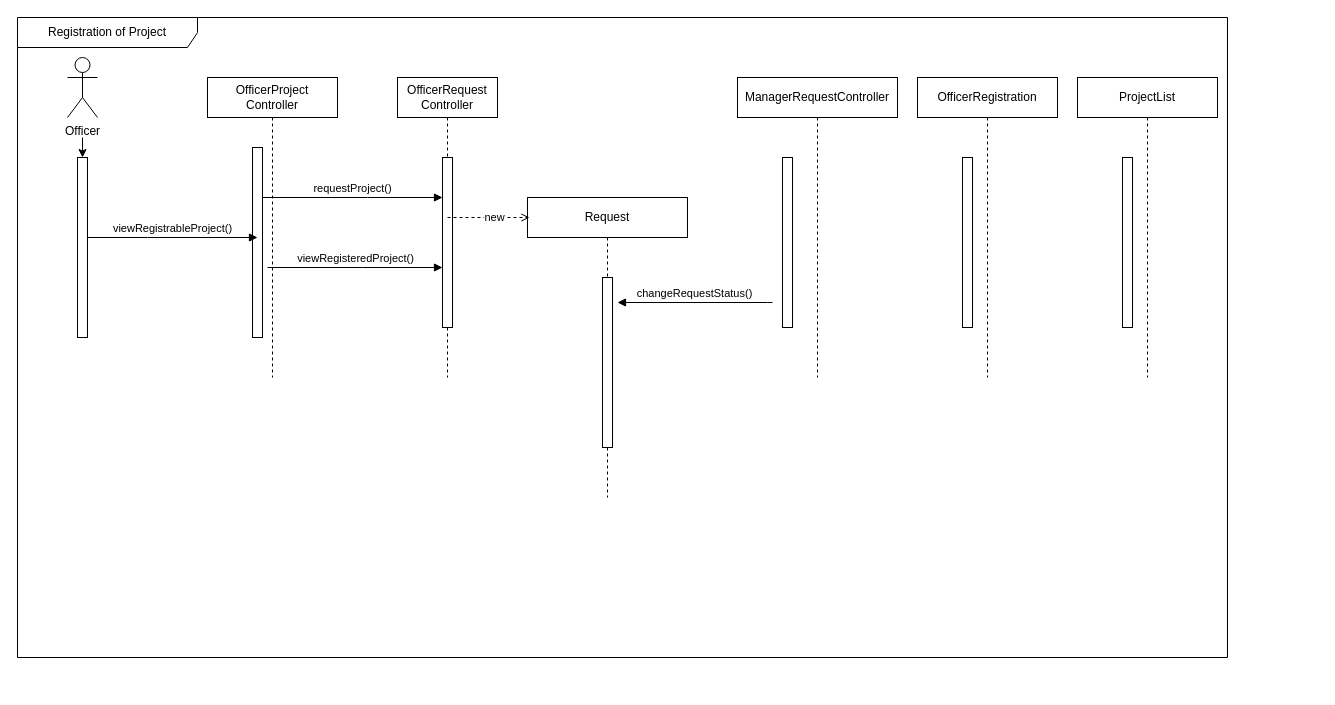
Earlier version of the draw.io diagram uml/SequenceDiagram.drawio (Saltykub/BTO-OOP). Source tidied: cells renumbered, new cells numbered last; positions are measured from the earlier drawing's top-left corner, leaving out a move shared by most shapes. Both pictures are drawn from the tidied source at 100%, with x=0, y=0 at pixel (17, 17).
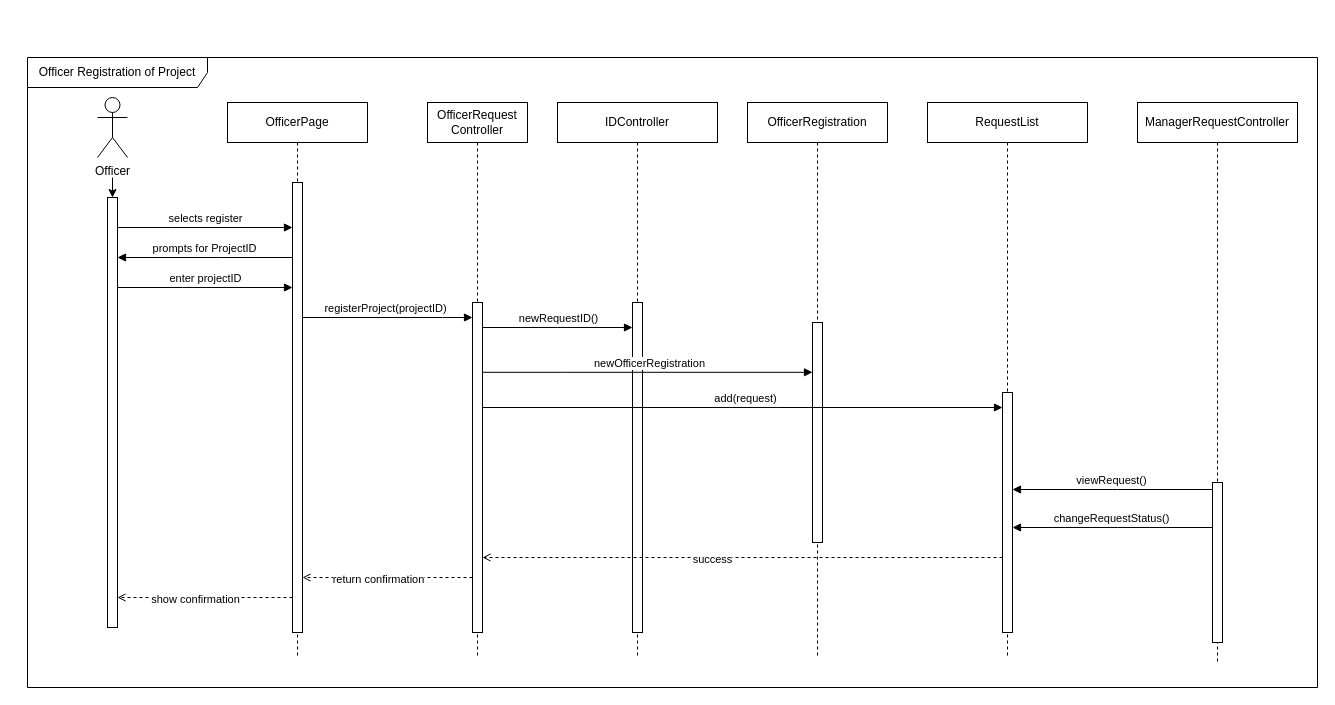
After the change.

Diff of the diagram source:
```diff
@@
-    <mxCell id="2" value="OfficerProject&lt;div&gt;Controller&lt;/div&gt;" style="shape=umlLifeline;perimeter=lifelinePerimeter;whiteSpace=wrap;html=1;newEdgeStyle={&quot;edgeStyle&quot;:&quot;elbowEdgeStyle&quot;,&quot;elbow&quot;:&quot;vertical&quot;,&quot;curved&quot;:0,&quot;rounded&quot;:0};" parent="1" vertex="1">
-      <mxGeometry x="190" y="60" width="130" height="300" as="geometry" />
-    </mxCell>
-    <mxCell id="3" style="html=1;points=[];perimeter=orthogonalPerimeter;outlineConnect=0;targetShapes=umlLifeline;portConstraint=eastwest;newEdgeStyle={&quot;edgeStyle&quot;:&quot;elbowEdgeStyle&quot;,&quot;elbow&quot;:&quot;vertical&quot;,&quot;curved&quot;:0,&quot;rounded&quot;:0};" parent="2" vertex="1">
-      <mxGeometry x="45" y="70" width="10" height="190" as="geometry" />
-    </mxCell>
     <mxCell id="4" value="OfficerRequest&lt;div&gt;Controller&lt;/div&gt;" style="shape=umlLifeline;perimeter=lifelinePerimeter;whiteSpace=wrap;html=1;newEdgeStyle={&quot;edgeStyle&quot;:&quot;elbowEdgeStyle&quot;,&quot;elbow&quot;:&quot;vertical&quot;,&quot;curved&quot;:0,&quot;rounded&quot;:0};" parent="1" vertex="1">
-      <mxGeometry x="380" y="60" width="100" height="300" as="geometry" />
+      <mxGeometry x="410" y="85" width="100" height="555" as="geometry" />
     </mxCell>
-    <mxCell id="5" style="html=1;points=[];perimeter=orthogonalPerimeter;outlineConnect=0;targetShapes=umlLifeline;portConstraint=eastwest;newEdgeStyle={&quot;edgeStyle&quot;:&quot;elbowEdgeStyle&quot;,&quot;elbow&quot;:&quot;vertical&quot;,&quot;curved&quot;:0,&quot;rounded&quot;:0};" parent="4" vertex="1">
-      <mxGeometry x="45" y="80" width="10" height="170" as="geometry" />
-    </mxCell>
-    <mxCell id="6" value="requestProject()" style="html=1;verticalAlign=bottom;endArrow=block;edgeStyle=elbowEdgeStyle;elbow=vertical;curved=0;rounded=0;" parent="1" edge="1" source="3" target="5">
-      <mxGeometry relative="1" as="geometry">
-        <Array as="points">
-          <mxPoint x="350" y="180" />
-        </Array>
-      </mxGeometry>
-    </mxCell>
+    <mxCell id="24" style="html=1;points=[];perimeter=orthogonalPerimeter;outlineConnect=0;targetShapes=umlLifeline;portConstraint=eastwest;newEdgeStyle={&quot;edgeStyle&quot;:&quot;elbowEdgeStyle&quot;,&quot;elbow&quot;:&quot;vertical&quot;,&quot;curved&quot;:0,&quot;rounded&quot;:0};" parent="4" vertex="1">
+      <mxGeometry x="45" y="200" width="10" height="330" as="geometry" />
+    </mxCell>
+    <mxCell id="25" value="Officer Registration of Project" style="shape=umlFrame;whiteSpace=wrap;html=1;width=180;height=30;" parent="1" vertex="1">
+      <mxGeometry x="10" y="40" width="1290" height="630" as="geometry" />
+    </mxCell>
+    <mxCell id="26" style="edgeStyle=orthogonalEdgeStyle;rounded=0;jettySize=auto;html=1;" parent="1" edge="1" target="27">
+      <mxGeometry relative="1" as="geometry">
+        <mxPoint x="95" y="160" as="sourcePoint" />
+        <Array as="points">
+          <mxPoint x="95" y="210" />
+          <mxPoint x="95" y="210" />
+        </Array>
+      </mxGeometry>
+    </mxCell>
+    <mxCell id="11" value="Officer" style="shape=umlActor;verticalLabelPosition=bottom;verticalAlign=top;html=1;" parent="1" vertex="1">
+      <mxGeometry x="80" y="80" width="30" height="60" as="geometry" />
+    </mxCell>
+    <mxCell id="27" style="html=1;points=[[0,0,0,0,5],[0,1,0,0,-5],[1,0,0,0,5],[1,1,0,0,-5]];perimeter=orthogonalPerimeter;outlineConnect=0;targetShapes=umlLifeline;portConstraint=eastwest;newEdgeStyle={&quot;curved&quot;:0,&quot;rounded&quot;:0};" parent="1" vertex="1">
+      <mxGeometry x="90" y="180" width="10" height="430" as="geometry" />
+    </mxCell>
     <mxCell id="7" value="OfficerRegistration" style="shape=umlLifeline;perimeter=lifelinePerimeter;whiteSpace=wrap;html=1;newEdgeStyle={&quot;edgeStyle&quot;:&quot;elbowEdgeStyle&quot;,&quot;elbow&quot;:&quot;vertical&quot;,&quot;curved&quot;:0,&quot;rounded&quot;:0};" parent="1" vertex="1">
-      <mxGeometry x="900" y="60" width="140" height="300" as="geometry" />
+      <mxGeometry x="730" y="85" width="140" height="555" as="geometry" />
     </mxCell>
-    <mxCell id="8" style="html=1;perimeter=orthogonalPerimeter;targetShapes=umlLifeline;newEdgeStyle={&quot;edgeStyle&quot;:&quot;elbowEdgeStyle&quot;,&quot;elbow&quot;:&quot;vertical&quot;,&quot;curved&quot;:0,&quot;rounded&quot;:0};" parent="7" vertex="1">
-      <mxGeometry x="45" y="80" width="10" height="170" as="geometry" />
-    </mxCell>
-    <mxCell id="9" value="Registration of Project" style="shape=umlFrame;whiteSpace=wrap;html=1;width=180;height=30;" parent="1" vertex="1">
-      <mxGeometry width="1210" height="640" as="geometry" />
-    </mxCell>
-    <mxCell id="10" style="edgeStyle=orthogonalEdgeStyle;rounded=0;jettySize=auto;html=1;" parent="1" edge="1" target="12">
-      <mxGeometry relative="1" as="geometry">
-        <mxPoint x="65" y="120" as="sourcePoint" />
-        <Array as="points">
-          <mxPoint x="65" y="170" />
-          <mxPoint x="65" y="170" />
-        </Array>
-      </mxGeometry>
-    </mxCell>
-    <mxCell id="11" value="Officer" style="shape=umlActor;verticalLabelPosition=bottom;verticalAlign=top;html=1;" parent="1" vertex="1">
-      <mxGeometry x="50" y="40" width="30" height="60" as="geometry" />
-    </mxCell>
-    <mxCell id="12" style="html=1;points=[[0,0,0,0,5],[0,1,0,0,-5],[1,0,0,0,5],[1,1,0,0,-5]];perimeter=orthogonalPerimeter;outlineConnect=0;targetShapes=umlLifeline;portConstraint=eastwest;newEdgeStyle={&quot;curved&quot;:0,&quot;rounded&quot;:0};" parent="1" vertex="1">
-      <mxGeometry x="60" y="140" width="10" height="180" as="geometry" />
-    </mxCell>
-    <mxCell id="13" value="viewRegistrableProject()" style="html=1;verticalAlign=bottom;endArrow=block;edgeStyle=elbowEdgeStyle;elbow=vertical;curved=0;rounded=0;" parent="1" edge="1">
-      <mxGeometry relative="1" as="geometry">
-        <mxPoint x="70" y="220" as="sourcePoint" />
-        <mxPoint x="240" y="220" as="targetPoint" />
-        <Array as="points">
-          <mxPoint x="130" y="220" />
-        </Array>
-      </mxGeometry>
-    </mxCell>
-    <mxCell id="14" value="ProjectList" style="shape=umlLifeline;perimeter=lifelinePerimeter;whiteSpace=wrap;html=1;newEdgeStyle={&quot;edgeStyle&quot;:&quot;elbowEdgeStyle&quot;,&quot;elbow&quot;:&quot;vertical&quot;,&quot;curved&quot;:0,&quot;rounded&quot;:0};" parent="1" vertex="1">
-      <mxGeometry x="1060" y="60" width="140" height="300" as="geometry" />
-    </mxCell>
-    <mxCell id="15" style="html=1;perimeter=orthogonalPerimeter;targetShapes=umlLifeline;newEdgeStyle={&quot;edgeStyle&quot;:&quot;elbowEdgeStyle&quot;,&quot;elbow&quot;:&quot;vertical&quot;,&quot;curved&quot;:0,&quot;rounded&quot;:0};" parent="14" vertex="1">
-      <mxGeometry x="45" y="80" width="10" height="170" as="geometry" />
-    </mxCell>
-    <mxCell id="16" value="Request" style="shape=umlLifeline;perimeter=lifelinePerimeter;whiteSpace=wrap;html=1;newEdgeStyle={&quot;edgeStyle&quot;:&quot;elbowEdgeStyle&quot;,&quot;elbow&quot;:&quot;vertical&quot;,&quot;curved&quot;:0,&quot;rounded&quot;:0};" parent="1" vertex="1">
-      <mxGeometry x="510" y="180" width="160" height="300" as="geometry" />
-    </mxCell>
-    <mxCell id="17" style="html=1;perimeter=orthogonalPerimeter;targetShapes=umlLifeline;newEdgeStyle={&quot;edgeStyle&quot;:&quot;elbowEdgeStyle&quot;,&quot;elbow&quot;:&quot;vertical&quot;,&quot;curved&quot;:0,&quot;rounded&quot;:0};" parent="16" vertex="1">
-      <mxGeometry x="75" y="80" width="10" height="170" as="geometry" />
-    </mxCell>
-    <mxCell id="18" value="viewRegisteredProject()" style="html=1;verticalAlign=bottom;endArrow=block;edgeStyle=elbowEdgeStyle;elbow=vertical;curved=0;rounded=0;" parent="1" edge="1" target="5">
-      <mxGeometry relative="1" as="geometry">
-        <mxPoint x="250" y="250" as="sourcePoint" />
-        <Array as="points">
-          <mxPoint x="345" y="250" />
-        </Array>
-      </mxGeometry>
-    </mxCell>
+    <mxCell id="28" style="html=1;points=[];perimeter=orthogonalPerimeter;outlineConnect=0;targetShapes=umlLifeline;portConstraint=eastwest;newEdgeStyle={&quot;edgeStyle&quot;:&quot;elbowEdgeStyle&quot;,&quot;elbow&quot;:&quot;vertical&quot;,&quot;curved&quot;:0,&quot;rounded&quot;:0};" parent="7" vertex="1">
+      <mxGeometry x="65" y="220" width="10" height="220" as="geometry" />
+    </mxCell>
+    <mxCell id="29" value="IDController" style="shape=umlLifeline;perimeter=lifelinePerimeter;whiteSpace=wrap;html=1;newEdgeStyle={&quot;edgeStyle&quot;:&quot;elbowEdgeStyle&quot;,&quot;elbow&quot;:&quot;vertical&quot;,&quot;curved&quot;:0,&quot;rounded&quot;:0};" parent="1" vertex="1">
+      <mxGeometry x="540" y="85" width="160" height="555" as="geometry" />
+    </mxCell>
+    <mxCell id="30" style="html=1;perimeter=orthogonalPerimeter;targetShapes=umlLifeline;newEdgeStyle={&quot;edgeStyle&quot;:&quot;elbowEdgeStyle&quot;,&quot;elbow&quot;:&quot;vertical&quot;,&quot;curved&quot;:0,&quot;rounded&quot;:0};" parent="29" vertex="1">
+      <mxGeometry x="75" y="200" width="10" height="330" as="geometry" />
+    </mxCell>
+    <mxCell id="31" value="registerProject(projectID)" style="html=1;verticalAlign=bottom;endArrow=block;edgeStyle=elbowEdgeStyle;elbow=vertical;curved=0;rounded=0;" parent="1" edge="1">
+      <mxGeometry relative="1" as="geometry">
+        <mxPoint x="280" y="300" as="sourcePoint" />
+        <mxPoint x="455" y="300" as="targetPoint" />
+        <Array as="points">
+          <mxPoint x="425" y="300" />
+        </Array>
+      </mxGeometry>
+    </mxCell>
+    <mxCell id="32" value="RequestList" style="shape=umlLifeline;perimeter=lifelinePerimeter;whiteSpace=wrap;html=1;newEdgeStyle={&quot;edgeStyle&quot;:&quot;elbowEdgeStyle&quot;,&quot;elbow&quot;:&quot;vertical&quot;,&quot;curved&quot;:0,&quot;rounded&quot;:0};" parent="1" vertex="1">
+      <mxGeometry x="910" y="85" width="160" height="555" as="geometry" />
+    </mxCell>
+    <mxCell id="33" style="html=1;points=[];perimeter=orthogonalPerimeter;outlineConnect=0;targetShapes=umlLifeline;portConstraint=eastwest;newEdgeStyle={&quot;edgeStyle&quot;:&quot;elbowEdgeStyle&quot;,&quot;elbow&quot;:&quot;vertical&quot;,&quot;curved&quot;:0,&quot;rounded&quot;:0};" parent="32" vertex="1">
+      <mxGeometry x="75" y="290" width="10" height="240" as="geometry" />
+    </mxCell>
+    <mxCell id="34" value="enter projectID" style="html=1;verticalAlign=bottom;endArrow=block;edgeStyle=elbowEdgeStyle;elbow=vertical;curved=0;rounded=0;" parent="1" edge="1">
+      <mxGeometry relative="1" as="geometry">
+        <mxPoint x="100" y="270" as="sourcePoint" />
+        <mxPoint x="275" y="270" as="targetPoint" />
+        <Array as="points">
+          <mxPoint x="165" y="270" />
+        </Array>
+      </mxGeometry>
+    </mxCell>
+    <mxCell id="35" value="OfficerPage" style="shape=umlLifeline;perimeter=lifelinePerimeter;whiteSpace=wrap;html=1;newEdgeStyle={&quot;edgeStyle&quot;:&quot;elbowEdgeStyle&quot;,&quot;elbow&quot;:&quot;vertical&quot;,&quot;curved&quot;:0,&quot;rounded&quot;:0};" parent="1" vertex="1">
+      <mxGeometry x="210" y="85" width="140" height="555" as="geometry" />
+    </mxCell>
+    <mxCell id="36" style="html=1;perimeter=orthogonalPerimeter;targetShapes=umlLifeline;newEdgeStyle={&quot;edgeStyle&quot;:&quot;elbowEdgeStyle&quot;,&quot;elbow&quot;:&quot;vertical&quot;,&quot;curved&quot;:0,&quot;rounded&quot;:0};" parent="35" vertex="1">
+      <mxGeometry x="65" y="80" width="10" height="450" as="geometry" />
+    </mxCell>
+    <mxCell id="37" value="selects register" style="html=1;verticalAlign=bottom;endArrow=block;edgeStyle=elbowEdgeStyle;elbow=vertical;curved=0;rounded=0;" parent="1" edge="1">
+      <mxGeometry relative="1" as="geometry">
+        <mxPoint x="100" y="210" as="sourcePoint" />
+        <mxPoint x="275" y="210" as="targetPoint" />
+        <Array as="points">
+          <mxPoint x="155" y="210" />
+        </Array>
+      </mxGeometry>
+    </mxCell>
+    <mxCell id="38" value="add(request)" style="html=1;verticalAlign=bottom;endArrow=block;edgeStyle=elbowEdgeStyle;elbow=vertical;curved=0;rounded=0;" parent="1" edge="1">
+      <mxGeometry x="0.01" relative="1" as="geometry">
+        <mxPoint x="465" y="390" as="sourcePoint" />
+        <mxPoint x="985" y="390" as="targetPoint" />
+        <Array as="points">
+          <mxPoint x="760" y="390" />
+          <mxPoint x="940" y="570" />
+        </Array>
+      </mxGeometry>
+    </mxCell>
+    <mxCell id="39" value="prompts for ProjectID" style="html=1;verticalAlign=bottom;endArrow=block;edgeStyle=elbowEdgeStyle;elbow=vertical;curved=0;rounded=0;" parent="1" edge="1">
+      <mxGeometry relative="1" as="geometry">
+        <mxPoint x="275" y="240" as="sourcePoint" />
+        <mxPoint x="100" y="240" as="targetPoint" />
+        <Array as="points">
+          <mxPoint x="200" y="240" />
+        </Array>
+      </mxGeometry>
+    </mxCell>
+    <mxCell id="40" style="html=1;verticalAlign=bottom;labelBackgroundColor=none;endArrow=open;endFill=0;dashed=1;rounded=0;" parent="1" edge="1" target="24">
+      <mxGeometry relative="1" as="geometry">
+        <mxPoint x="985" y="540" as="sourcePoint" />
+      </mxGeometry>
+    </mxCell>
+    <mxCell id="41" value="success" style="edgeLabel;html=1;align=center;verticalAlign=middle;" parent="40" vertex="1">
+      <mxGeometry x="0.12" y="1" relative="1" as="geometry" />
+    </mxCell>
+    <mxCell id="42" style="html=1;verticalAlign=bottom;labelBackgroundColor=none;endArrow=open;endFill=0;dashed=1;rounded=0;" parent="1" edge="1">
+      <mxGeometry relative="1" as="geometry">
+        <mxPoint x="455" y="560" as="sourcePoint" />
+        <mxPoint x="285" y="560" as="targetPoint" />
+      </mxGeometry>
+    </mxCell>
+    <mxCell id="43" value="return confirmation" style="edgeLabel;html=1;align=center;verticalAlign=middle;" parent="42" vertex="1">
+      <mxGeometry x="0.12" y="1" relative="1" as="geometry" />
+    </mxCell>
+    <mxCell id="44" style="html=1;verticalAlign=bottom;labelBackgroundColor=none;endArrow=open;endFill=0;dashed=1;rounded=0;" parent="1" edge="1">
+      <mxGeometry relative="1" as="geometry">
+        <mxPoint x="275" y="580" as="sourcePoint" />
+        <mxPoint x="100" y="580" as="targetPoint" />
+      </mxGeometry>
+    </mxCell>
+    <mxCell id="45" value="show confirmation" style="edgeLabel;html=1;align=center;verticalAlign=middle;" parent="44" vertex="1">
+      <mxGeometry x="0.12" y="1" relative="1" as="geometry" />
+    </mxCell>
+    <mxCell id="20" value="ManagerRequestController" style="shape=umlLifeline;perimeter=lifelinePerimeter;whiteSpace=wrap;html=1;newEdgeStyle={&quot;edgeStyle&quot;:&quot;elbowEdgeStyle&quot;,&quot;elbow&quot;:&quot;vertical&quot;,&quot;curved&quot;:0,&quot;rounded&quot;:0};" parent="1" vertex="1">
+      <mxGeometry x="1120" y="85" width="160" height="560" as="geometry" />
+    </mxCell>
+    <mxCell id="46" style="html=1;points=[];perimeter=orthogonalPerimeter;outlineConnect=0;targetShapes=umlLifeline;portConstraint=eastwest;newEdgeStyle={&quot;edgeStyle&quot;:&quot;elbowEdgeStyle&quot;,&quot;elbow&quot;:&quot;vertical&quot;,&quot;curved&quot;:0,&quot;rounded&quot;:0};" parent="20" vertex="1">
+      <mxGeometry x="75" y="380" width="10" height="160" as="geometry" />
+    </mxCell>
+    <mxCell id="47" value="viewRequest()" style="html=1;verticalAlign=bottom;endArrow=block;edgeStyle=elbowEdgeStyle;elbow=vertical;curved=0;rounded=0;" parent="1" edge="1" source="46" target="33">
+      <mxGeometry x="0.01" relative="1" as="geometry">
+        <Array as="points">
+          <mxPoint x="1100" y="472" />
+        </Array>
+      </mxGeometry>
+    </mxCell>
-    <mxCell id="19" value="changeRequestStatus()" style="html=1;verticalAlign=bottom;endArrow=block;edgeStyle=elbowEdgeStyle;elbow=vertical;curved=0;rounded=0;" parent="1" edge="1">
+    <mxCell id="19" value="changeRequestStatus()" style="html=1;verticalAlign=bottom;endArrow=block;edgeStyle=elbowEdgeStyle;elbow=vertical;curved=0;rounded=0;" parent="1" edge="1" target="33">
       <mxGeometry x="0.01" relative="1" as="geometry">
-        <mxPoint x="755" y="285" as="sourcePoint" />
-        <mxPoint x="600" y="285" as="targetPoint" />
+        <mxPoint x="1195" y="510" as="sourcePoint" />
         <Array as="points">
-          <mxPoint x="750" y="285" />
+          <mxPoint x="1100" y="510" />
         </Array>
       </mxGeometry>
     </mxCell>
-    <mxCell id="20" value="ManagerRequestController" style="shape=umlLifeline;perimeter=lifelinePerimeter;whiteSpace=wrap;html=1;newEdgeStyle={&quot;edgeStyle&quot;:&quot;elbowEdgeStyle&quot;,&quot;elbow&quot;:&quot;vertical&quot;,&quot;curved&quot;:0,&quot;rounded&quot;:0};" parent="1" vertex="1">
-      <mxGeometry x="720" y="60" width="160" height="300" as="geometry" />
-    </mxCell>
-    <mxCell id="21" style="html=1;perimeter=orthogonalPerimeter;targetShapes=umlLifeline;newEdgeStyle={&quot;edgeStyle&quot;:&quot;elbowEdgeStyle&quot;,&quot;elbow&quot;:&quot;vertical&quot;,&quot;curved&quot;:0,&quot;rounded&quot;:0};" parent="20" vertex="1">
-      <mxGeometry x="45" y="80" width="10" height="170" as="geometry" />
-    </mxCell>
-    <mxCell id="22" style="html=1;verticalAlign=bottom;labelBackgroundColor=none;endArrow=open;endFill=0;dashed=1;rounded=0;" parent="1" edge="1">
-      <mxGeometry relative="1" as="geometry">
-        <mxPoint x="430" y="200" as="sourcePoint" />
-        <mxPoint x="512" y="200" as="targetPoint" />
-      </mxGeometry>
-    </mxCell>
-    <mxCell id="23" value="new" style="edgeLabel;html=1;align=center;verticalAlign=middle;" parent="22" vertex="1">
-      <mxGeometry x="0.12" y="1" relative="1" as="geometry" />
-    </mxCell>
+    <mxCell id="48" value="newRequestID()" style="html=1;verticalAlign=bottom;endArrow=block;edgeStyle=elbowEdgeStyle;elbow=vertical;curved=0;rounded=0;" parent="1" edge="1">
+      <mxGeometry x="0.01" relative="1" as="geometry">
+        <mxPoint x="465" y="310" as="sourcePoint" />
+        <mxPoint x="615" y="310" as="targetPoint" />
+        <Array as="points">
+          <mxPoint x="540" y="310" />
+          <mxPoint x="950" y="490" />
+        </Array>
+      </mxGeometry>
+    </mxCell>
+    <mxCell id="49" value="newOfficerRegistration" style="html=1;verticalAlign=bottom;endArrow=block;edgeStyle=elbowEdgeStyle;elbow=vertical;curved=0;rounded=0;" parent="1" edge="1" source="24" target="28">
+      <mxGeometry x="0.01" relative="1" as="geometry">
+        <Array as="points">
+          <mxPoint x="545" y="354.8" />
+          <mxPoint x="955" y="534.8" />
+        </Array>
+      </mxGeometry>
+    </mxCell>
```
